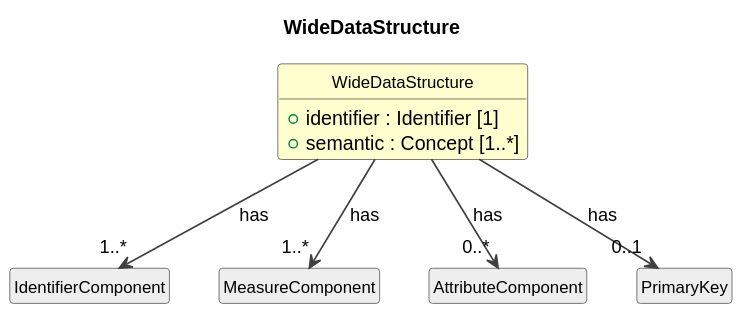
Before: cdif-uml-model/CDIFDataStructure/Classes/WideDataStructure.svg, a diagram exported from PlantUML (Cross-Domain-Interoperability-Framework/metadataBuildingBlocks).
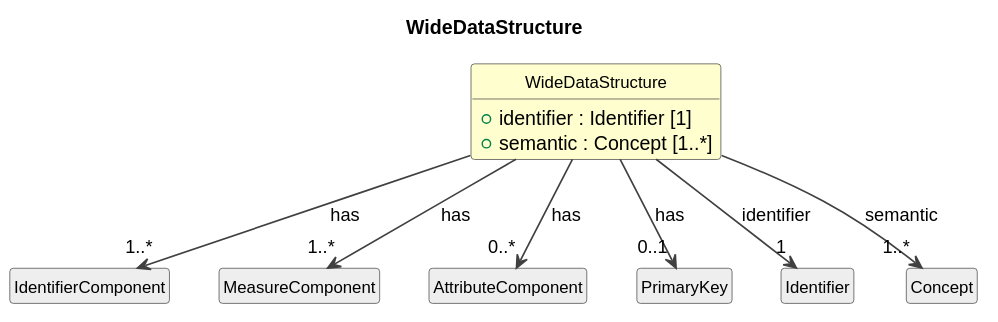
After the commit.

What changed in the source:
```diff
@@ -22,4 +22,8 @@
 WideDataStructure --> "0..*" AttributeComponent : has
 class "PrimaryKey" as PrimaryKey #EEEEEE
 WideDataStructure --> "0..1" PrimaryKey : has
+class "Identifier" as Identifier #EEEEEE
+WideDataStructure --> "1" Identifier : identifier
+class "Concept" as Concept #EEEEEE
+WideDataStructure --> "1..*" Concept : semantic
 @enduml
```
